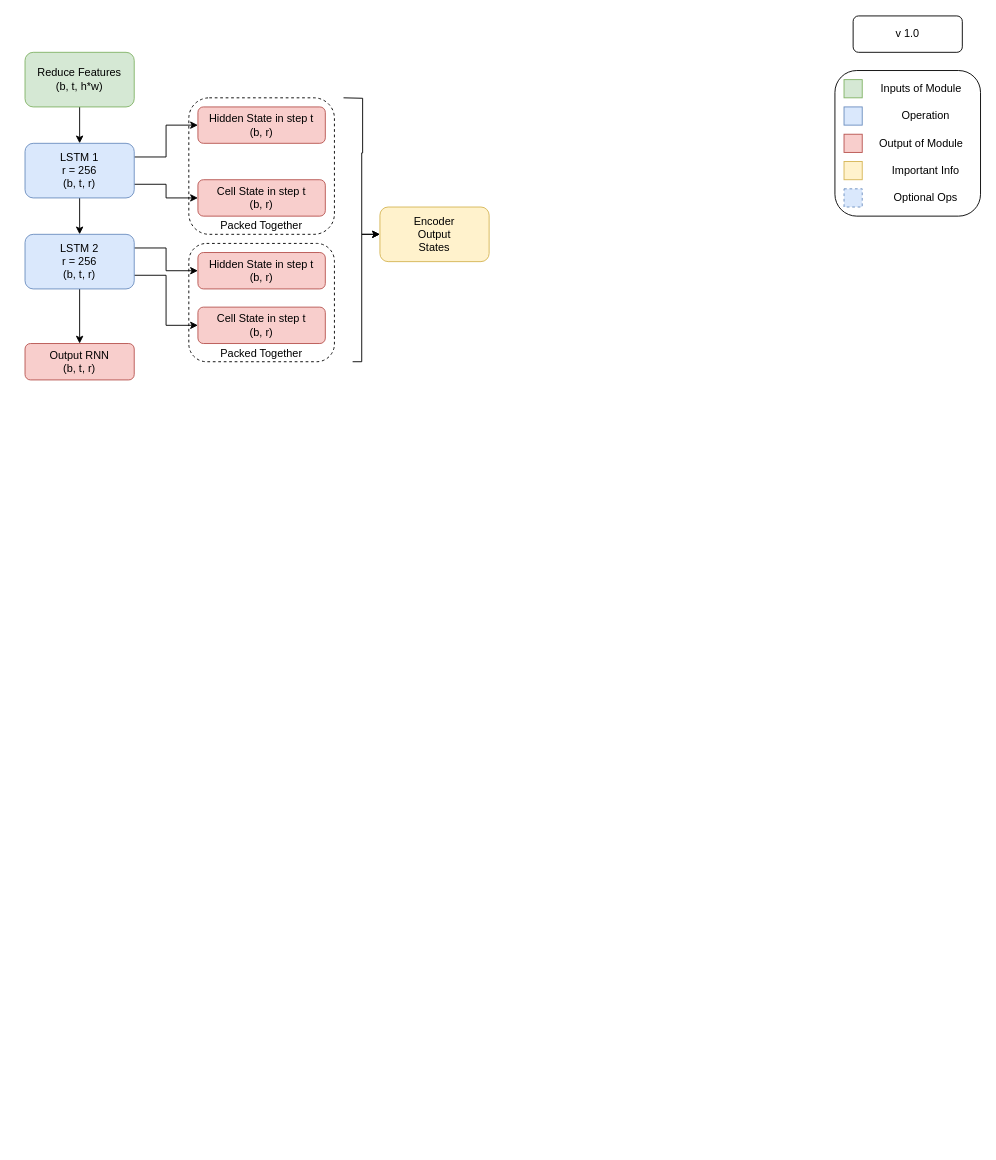
Earlier version of the draw.io diagram page "Encoder Module" (6 of 8) of Models_graphs.drawio (MIC10086/SignLanguageTranslation_SLT). Source tidied: cells renumbered, new cells numbered last; positions are measured from the earlier drawing's top-left corner, leaving out a move shared by most shapes. Both pictures are drawn from the tidied source at 91%, with x=0, y=0 at pixel (25, 15).
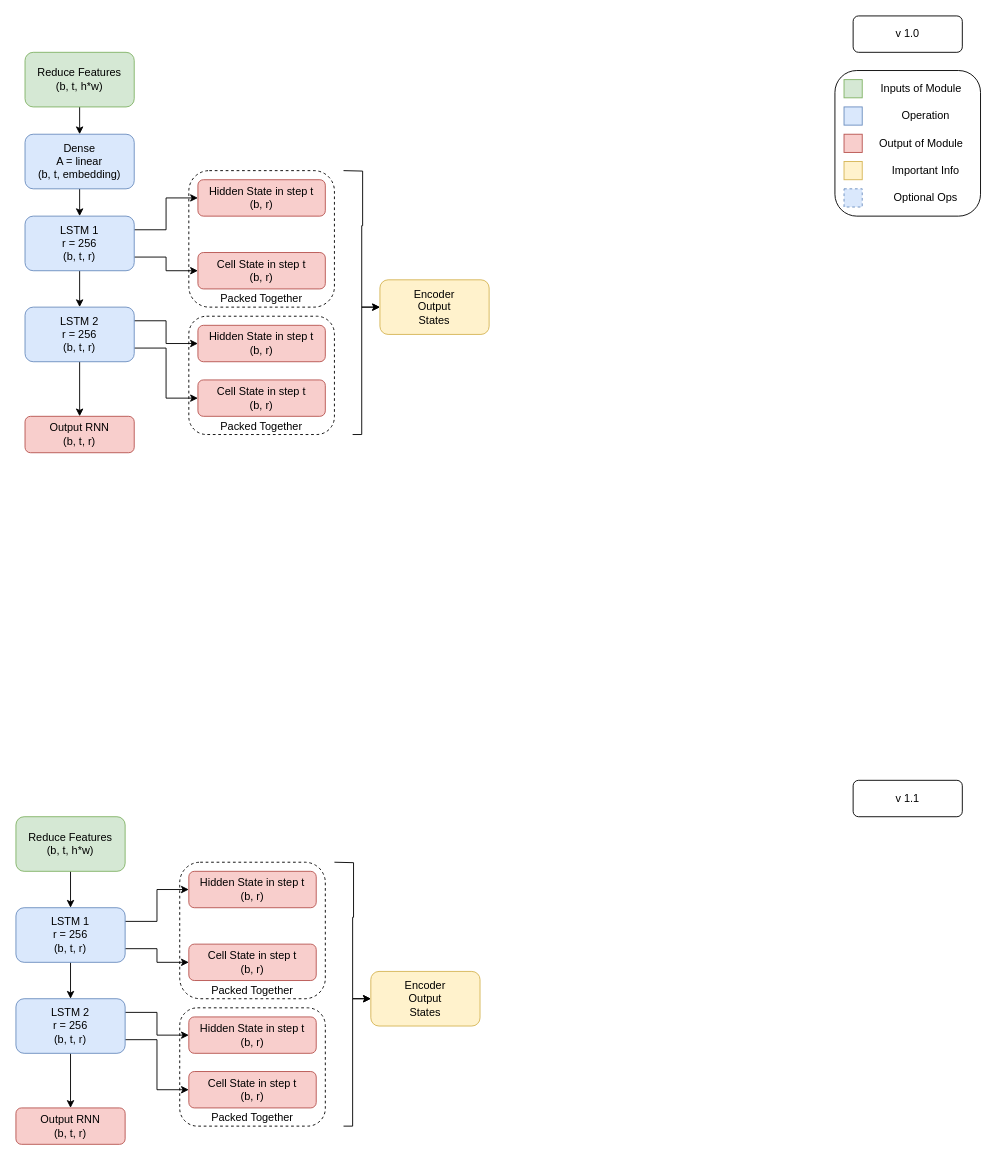
Above is the later version.

Unchanged cells that the change refers to:
```xml
<mxCell id="16" value="Reduce Features&lt;br&gt;(b, t, h*w)" style="rounded=1;whiteSpace=wrap;html=1;fillColor=#d5e8d4;strokeColor=#82b366;" parent="1" vertex="1">
  <mxGeometry y="40" width="120" height="60" as="geometry" />
</mxCell>
```

What changed in the source:
```diff
@@
     <mxCell id="2" value="&lt;span&gt;Packed Together&lt;/span&gt;" style="rounded=1;whiteSpace=wrap;html=1;dashed=1;fillColor=none;verticalAlign=bottom;" parent="1" vertex="1">
-      <mxGeometry x="180" y="250" width="160" height="130" as="geometry" />
+      <mxGeometry x="180" y="330" width="160" height="130" as="geometry" />
     </mxCell>
@@
-    <mxCell id="15" style="edgeStyle=orthogonalEdgeStyle;rounded=0;jettySize=auto;html=1;exitX=0.5;exitY=1;exitDx=0;exitDy=0;entryX=0.5;entryY=0;entryDx=0;entryDy=0;endArrow=classic;endFill=1;" parent="1" edge="1" source="16" target="20">
-      <mxGeometry relative="1" as="geometry" />
-    </mxCell>
+    <mxCell id="34" style="edgeStyle=orthogonalEdgeStyle;rounded=0;jettySize=auto;html=1;exitX=0.5;exitY=1;exitDx=0;exitDy=0;entryX=0.5;entryY=0;entryDx=0;entryDy=0;" parent="1" edge="1" source="16" target="57">
+      <mxGeometry relative="1" as="geometry" />
+    </mxCell>
@@
     <mxCell id="20" value="LSTM 1&lt;br&gt;r = 256&lt;br&gt;(b, t, r)" style="rounded=1;whiteSpace=wrap;html=1;fillColor=#dae8fc;strokeColor=#6c8ebf;" parent="1" vertex="1">
-      <mxGeometry y="140" width="120" height="60" as="geometry" />
+      <mxGeometry y="220" width="120" height="60" as="geometry" />
     </mxCell>
@@
     <mxCell id="24" value="LSTM 2&lt;br&gt;r = 256&lt;br&gt;(b, t, r)" style="rounded=1;whiteSpace=wrap;html=1;fillColor=#dae8fc;strokeColor=#6c8ebf;" parent="1" vertex="1">
-      <mxGeometry y="240" width="120" height="60" as="geometry" />
+      <mxGeometry y="320" width="120" height="60" as="geometry" />
     </mxCell>
     <mxCell id="25" value="Hidden State in step t&lt;br&gt;(b, r)" style="rounded=1;whiteSpace=wrap;html=1;fillColor=#f8cecc;strokeColor=#b85450;" parent="1" vertex="1">
-      <mxGeometry x="190" y="100" width="140" height="40" as="geometry" />
+      <mxGeometry x="190" y="180" width="140" height="40" as="geometry" />
     </mxCell>
     <mxCell id="26" value="Cell State in step t&lt;br&gt;(b, r)" style="rounded=1;whiteSpace=wrap;html=1;fillColor=#f8cecc;strokeColor=#b85450;" parent="1" vertex="1">
-      <mxGeometry x="190" y="180" width="140" height="40" as="geometry" />
+      <mxGeometry x="190" y="260" width="140" height="40" as="geometry" />
     </mxCell>
     <mxCell id="27" value="Hidden State in step t&lt;br&gt;(b, r)" style="rounded=1;whiteSpace=wrap;html=1;fillColor=#f8cecc;strokeColor=#b85450;" parent="1" vertex="1">
-      <mxGeometry x="190" y="260" width="140" height="40" as="geometry" />
+      <mxGeometry x="190" y="340" width="140" height="40" as="geometry" />
     </mxCell>
     <mxCell id="28" value="Cell State in step t&lt;br&gt;(b, r)" style="rounded=1;whiteSpace=wrap;html=1;fillColor=#f8cecc;strokeColor=#b85450;" parent="1" vertex="1">
-      <mxGeometry x="190" y="320" width="140" height="40" as="geometry" />
+      <mxGeometry x="190" y="400" width="140" height="40" as="geometry" />
     </mxCell>
     <mxCell id="29" value="Output RNN&lt;br&gt;(b, t, r)" style="rounded=1;whiteSpace=wrap;html=1;fillColor=#f8cecc;strokeColor=#b85450;" parent="1" vertex="1">
-      <mxGeometry y="360" width="120" height="40" as="geometry" />
+      <mxGeometry y="440" width="120" height="40" as="geometry" />
     </mxCell>
     <mxCell id="30" value="Packed Together" style="rounded=1;whiteSpace=wrap;html=1;dashed=1;fillColor=none;verticalAlign=bottom;" parent="1" vertex="1">
-      <mxGeometry x="180" y="90" width="160" height="150" as="geometry" />
+      <mxGeometry x="180" y="170" width="160" height="150" as="geometry" />
     </mxCell>
     <mxCell id="31" style="edgeStyle=orthogonalEdgeStyle;rounded=0;jettySize=auto;html=1;endArrow=classic;endFill=1;entryX=0;entryY=0.5;entryDx=0;entryDy=0;" parent="1" edge="1" target="33">
       <mxGeometry relative="1" as="geometry">
-        <mxPoint x="360" y="380" as="sourcePoint" />
+        <mxPoint x="360" y="460" as="sourcePoint" />
         <Array as="points">
-          <mxPoint x="370" y="380" />
-          <mxPoint x="370" y="240" />
+          <mxPoint x="370" y="460" />
+          <mxPoint x="370" y="320" />
         </Array>
       </mxGeometry>
     </mxCell>
     <mxCell id="32" style="edgeStyle=orthogonalEdgeStyle;rounded=0;jettySize=auto;html=1;endArrow=classic;endFill=1;entryX=0;entryY=0.5;entryDx=0;entryDy=0;" parent="1" edge="1" target="33">
       <mxGeometry relative="1" as="geometry">
-        <mxPoint x="350" y="90" as="sourcePoint" />
+        <mxPoint x="350" y="170" as="sourcePoint" />
       </mxGeometry>
     </mxCell>
     <mxCell id="33" value="Encoder&lt;br&gt;Output&lt;br&gt;States" style="rounded=1;whiteSpace=wrap;html=1;fillColor=#fff2cc;strokeColor=#d6b656;" parent="1" vertex="1">
-      <mxGeometry x="390" y="210" width="120" height="60" as="geometry" />
+      <mxGeometry x="390" y="290" width="120" height="60" as="geometry" />
     </mxCell>
+    <mxCell id="35" value="&lt;span&gt;Packed Together&lt;/span&gt;" style="rounded=1;whiteSpace=wrap;html=1;dashed=1;fillColor=none;verticalAlign=bottom;" parent="1" vertex="1">
+      <mxGeometry x="170" y="1090" width="160" height="130" as="geometry" />
+    </mxCell>
+    <mxCell id="36" style="edgeStyle=orthogonalEdgeStyle;rounded=0;jettySize=auto;html=1;exitX=0.5;exitY=1;exitDx=0;exitDy=0;entryX=0.5;entryY=0;entryDx=0;entryDy=0;endArrow=classic;endFill=1;" parent="1" edge="1" source="37" target="41">
+      <mxGeometry relative="1" as="geometry" />
+    </mxCell>
+    <mxCell id="37" value="Reduce Features&lt;br&gt;(b, t, h*w)" style="rounded=1;whiteSpace=wrap;html=1;fillColor=#d5e8d4;strokeColor=#82b366;" parent="1" vertex="1">
+      <mxGeometry x="-10" y="880" width="120" height="60" as="geometry" />
+    </mxCell>
+    <mxCell id="38" style="edgeStyle=orthogonalEdgeStyle;rounded=0;jettySize=auto;html=1;exitX=0.5;exitY=1;exitDx=0;exitDy=0;entryX=0.5;entryY=0;entryDx=0;entryDy=0;endArrow=classic;endFill=1;" parent="1" edge="1" source="41" target="45">
+      <mxGeometry relative="1" as="geometry" />
+    </mxCell>
+    <mxCell id="39" style="edgeStyle=orthogonalEdgeStyle;rounded=0;jettySize=auto;html=1;exitX=1;exitY=0.25;exitDx=0;exitDy=0;entryX=0;entryY=0.5;entryDx=0;entryDy=0;endArrow=classic;endFill=1;" parent="1" edge="1" source="41" target="46">
+      <mxGeometry relative="1" as="geometry" />
+    </mxCell>
+    <mxCell id="40" style="edgeStyle=orthogonalEdgeStyle;rounded=0;jettySize=auto;html=1;exitX=1;exitY=0.75;exitDx=0;exitDy=0;entryX=0;entryY=0.5;entryDx=0;entryDy=0;endArrow=classic;endFill=1;" parent="1" edge="1" source="41" target="47">
+      <mxGeometry relative="1" as="geometry" />
+    </mxCell>
+    <mxCell id="41" value="LSTM 1&lt;br&gt;r = 256&lt;br&gt;(b, t, r)" style="rounded=1;whiteSpace=wrap;html=1;fillColor=#dae8fc;strokeColor=#6c8ebf;" parent="1" vertex="1">
+      <mxGeometry x="-10" y="980" width="120" height="60" as="geometry" />
+    </mxCell>
+    <mxCell id="42" style="edgeStyle=orthogonalEdgeStyle;rounded=0;jettySize=auto;html=1;exitX=1;exitY=0.25;exitDx=0;exitDy=0;entryX=0;entryY=0.5;entryDx=0;entryDy=0;endArrow=classic;endFill=1;" parent="1" edge="1" source="45" target="48">
+      <mxGeometry relative="1" as="geometry" />
+    </mxCell>
+    <mxCell id="43" style="edgeStyle=orthogonalEdgeStyle;rounded=0;jettySize=auto;html=1;exitX=1;exitY=0.75;exitDx=0;exitDy=0;entryX=0;entryY=0.5;entryDx=0;entryDy=0;endArrow=classic;endFill=1;" parent="1" edge="1" source="45" target="49">
+      <mxGeometry relative="1" as="geometry" />
+    </mxCell>
+    <mxCell id="44" style="edgeStyle=orthogonalEdgeStyle;rounded=0;jettySize=auto;html=1;exitX=0.5;exitY=1;exitDx=0;exitDy=0;entryX=0.5;entryY=0;entryDx=0;entryDy=0;endArrow=classic;endFill=1;" parent="1" edge="1" source="45" target="50">
+      <mxGeometry relative="1" as="geometry" />
+    </mxCell>
+    <mxCell id="45" value="LSTM 2&lt;br&gt;r = 256&lt;br&gt;(b, t, r)" style="rounded=1;whiteSpace=wrap;html=1;fillColor=#dae8fc;strokeColor=#6c8ebf;" parent="1" vertex="1">
+      <mxGeometry x="-10" y="1080" width="120" height="60" as="geometry" />
+    </mxCell>
+    <mxCell id="46" value="Hidden State in step t&lt;br&gt;(b, r)" style="rounded=1;whiteSpace=wrap;html=1;fillColor=#f8cecc;strokeColor=#b85450;" parent="1" vertex="1">
+      <mxGeometry x="180" y="940" width="140" height="40" as="geometry" />
+    </mxCell>
+    <mxCell id="47" value="Cell State in step t&lt;br&gt;(b, r)" style="rounded=1;whiteSpace=wrap;html=1;fillColor=#f8cecc;strokeColor=#b85450;" parent="1" vertex="1">
+      <mxGeometry x="180" y="1020" width="140" height="40" as="geometry" />
+    </mxCell>
+    <mxCell id="48" value="Hidden State in step t&lt;br&gt;(b, r)" style="rounded=1;whiteSpace=wrap;html=1;fillColor=#f8cecc;strokeColor=#b85450;" parent="1" vertex="1">
+      <mxGeometry x="180" y="1100" width="140" height="40" as="geometry" />
+    </mxCell>
+    <mxCell id="49" value="Cell State in step t&lt;br&gt;(b, r)" style="rounded=1;whiteSpace=wrap;html=1;fillColor=#f8cecc;strokeColor=#b85450;" parent="1" vertex="1">
+      <mxGeometry x="180" y="1160" width="140" height="40" as="geometry" />
+    </mxCell>
+    <mxCell id="50" value="Output RNN&lt;br&gt;(b, t, r)" style="rounded=1;whiteSpace=wrap;html=1;fillColor=#f8cecc;strokeColor=#b85450;" parent="1" vertex="1">
+      <mxGeometry x="-10" y="1200" width="120" height="40" as="geometry" />
+    </mxCell>
+    <mxCell id="51" value="Packed Together" style="rounded=1;whiteSpace=wrap;html=1;dashed=1;fillColor=none;verticalAlign=bottom;" parent="1" vertex="1">
+      <mxGeometry x="170" y="930" width="160" height="150" as="geometry" />
+    </mxCell>
+    <mxCell id="52" style="edgeStyle=orthogonalEdgeStyle;rounded=0;jettySize=auto;html=1;endArrow=classic;endFill=1;entryX=0;entryY=0.5;entryDx=0;entryDy=0;" parent="1" edge="1" target="54">
+      <mxGeometry relative="1" as="geometry">
+        <mxPoint x="350" y="1220" as="sourcePoint" />
+        <Array as="points">
+          <mxPoint x="360" y="1220" />
+          <mxPoint x="360" y="1080" />
+        </Array>
+      </mxGeometry>
+    </mxCell>
+    <mxCell id="53" style="edgeStyle=orthogonalEdgeStyle;rounded=0;jettySize=auto;html=1;endArrow=classic;endFill=1;entryX=0;entryY=0.5;entryDx=0;entryDy=0;" parent="1" edge="1" target="54">
+      <mxGeometry relative="1" as="geometry">
+        <mxPoint x="340" y="930" as="sourcePoint" />
+      </mxGeometry>
+    </mxCell>
+    <mxCell id="54" value="Encoder&lt;br&gt;Output&lt;br&gt;States" style="rounded=1;whiteSpace=wrap;html=1;fillColor=#fff2cc;strokeColor=#d6b656;" parent="1" vertex="1">
+      <mxGeometry x="380" y="1050" width="120" height="60" as="geometry" />
+    </mxCell>
+    <mxCell id="55" value="v 1.1" style="rounded=1;whiteSpace=wrap;html=1;" parent="1" vertex="1">
+      <mxGeometry x="910" y="840" width="120" height="40" as="geometry" />
+    </mxCell>
+    <mxCell id="56" style="edgeStyle=orthogonalEdgeStyle;rounded=0;jettySize=auto;html=1;exitX=0.5;exitY=1;exitDx=0;exitDy=0;entryX=0.5;entryY=0;entryDx=0;entryDy=0;" parent="1" edge="1" source="57" target="20">
+      <mxGeometry relative="1" as="geometry" />
+    </mxCell>
+    <mxCell id="57" value="Dense&lt;br&gt;A = linear&lt;br&gt;(b, t, embedding)" style="rounded=1;whiteSpace=wrap;html=1;fillColor=#dae8fc;strokeColor=#6c8ebf;" parent="1" vertex="1">
+      <mxGeometry y="130" width="120" height="60" as="geometry" />
+    </mxCell>
```
